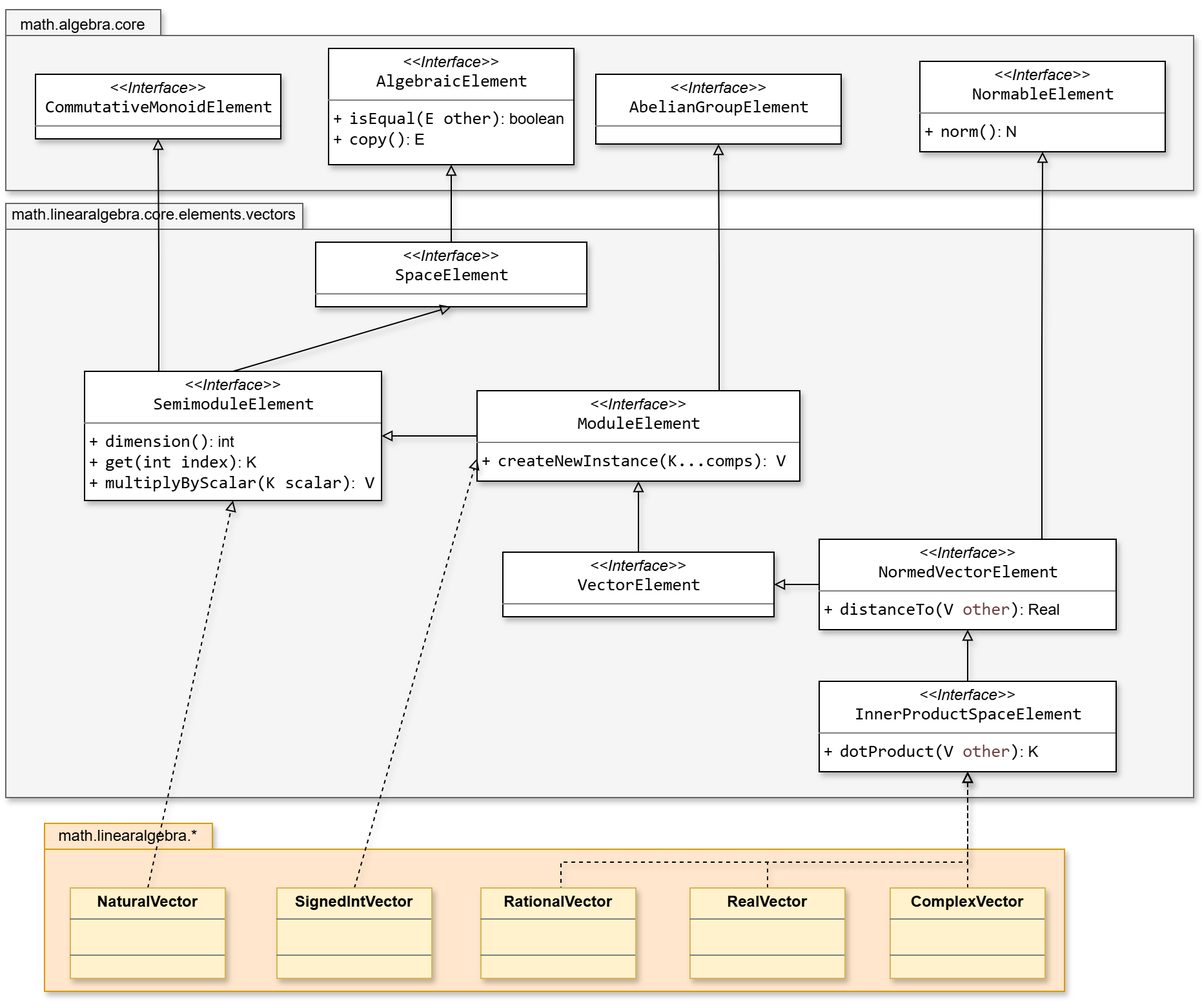
Before: resources/SMFN-linearalgebra-vector-elements.drawio.png, a diagram exported from draw.io (gom9000/SMFN). Source tidied: cells renumbered, new cells last; positions are measured from the earlier drawing's top-left corner, leaving out a move shared by most shapes.
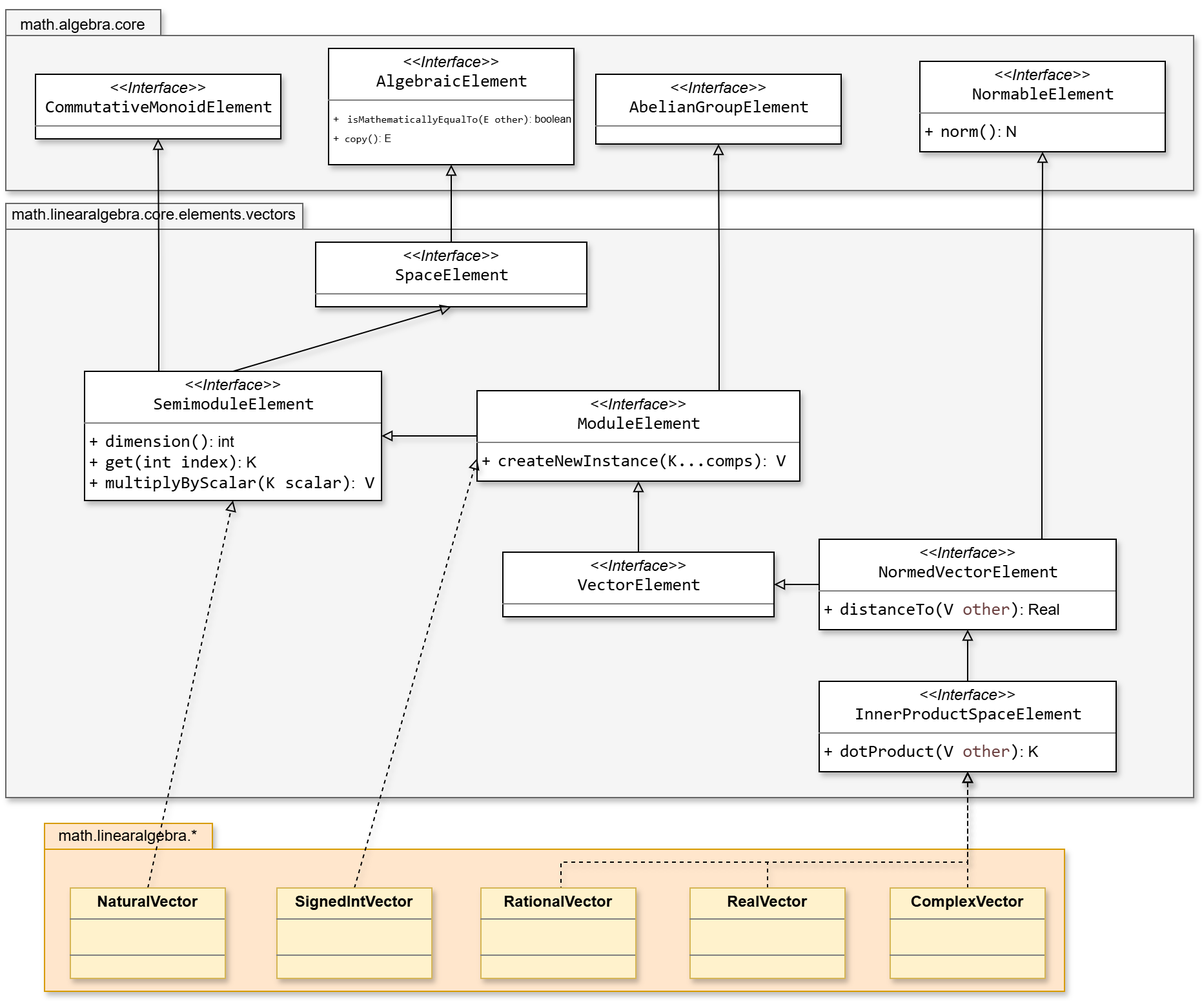
Later version of the same file.

Diff of the diagram source:
```diff
@@ -17,7 +17,7 @@
     <mxCell id="6" value="&lt;p style=&quot;margin:0px;margin-top:4px;text-align:center;&quot;&gt;&lt;i&gt;&amp;lt;&amp;lt;Interface&amp;gt;&amp;gt;&lt;/i&gt;&lt;br&gt;&lt;span style=&quot;padding: 0px 0px 0px 2px;&quot;&gt;&lt;span style=&quot;font-family: Consolas; font-size: 10pt; white-space: pre;&quot;&gt;&lt;span style=&quot;&quot;&gt;SpaceElement&lt;/span&gt;&lt;/span&gt;&lt;/span&gt;&lt;/p&gt;&lt;hr size=&quot;1&quot; style=&quot;border-style:solid;&quot;&gt;&lt;p style=&quot;margin:0px;margin-left:4px;&quot;&gt;&lt;/p&gt;&lt;p style=&quot;margin:0px;margin-left:4px;&quot;&gt;&lt;br&gt;&lt;/p&gt;" style="verticalAlign=top;align=left;overflow=fill;html=1;whiteSpace=wrap;labelBackgroundColor=none;shadow=1;" parent="1" vertex="1">
       <mxGeometry x="240" y="183" width="210" height="50" as="geometry" />
     </mxCell>
-    <mxCell id="7" value="&lt;p style=&quot;margin:0px;margin-top:4px;text-align:center;&quot;&gt;&lt;i&gt;&amp;lt;&amp;lt;Interface&amp;gt;&amp;gt;&lt;/i&gt;&lt;br&gt;&lt;span style=&quot;padding: 0px 0px 0px 2px;&quot;&gt;&lt;span style=&quot;font-family: Consolas; font-size: 10pt; white-space: pre;&quot;&gt;&lt;span style=&quot;&quot;&gt;AlgebraicElement&lt;/span&gt;&lt;/span&gt;&lt;/span&gt;&lt;/p&gt;&lt;hr size=&quot;1&quot; style=&quot;border-style:solid;&quot;&gt;&lt;p style=&quot;margin:0px;margin-left:4px;&quot;&gt;&lt;/p&gt;&lt;p style=&quot;margin:0px;margin-left:4px;&quot;&gt;+&amp;nbsp;&lt;span style=&quot;padding: 0px 0px 0px 2px;&quot;&gt;&lt;span style=&quot;font-family: Consolas; font-size: 10pt; white-space: pre;&quot;&gt;&lt;span style=&quot;&quot;&gt;isEqual&lt;/span&gt;(E &lt;span style=&quot;text-decoration-color: rgb(0, 102, 204);&quot;&gt;&lt;font style=&quot;color: rgb(0, 0, 0);&quot;&gt;other&lt;/font&gt;&lt;/span&gt;)&lt;/span&gt;&lt;/span&gt;: boolean&lt;br&gt;+&amp;nbsp;&lt;span style=&quot;padding: 0px 0px 0px 2px;&quot;&gt;&lt;span style=&quot;font-family: Consolas; font-size: 10pt; white-space: pre;&quot;&gt;copy()&lt;/span&gt;&lt;/span&gt;: E&lt;/p&gt;" style="verticalAlign=top;align=left;overflow=fill;html=1;whiteSpace=wrap;labelBackgroundColor=none;shadow=1;" parent="1" vertex="1">
+    <mxCell id="7" value="&lt;p style=&quot;margin:0px;margin-top:4px;text-align:center;&quot;&gt;&lt;i&gt;&amp;lt;&amp;lt;Interface&amp;gt;&amp;gt;&lt;/i&gt;&lt;br&gt;&lt;span style=&quot;padding: 0px 0px 0px 2px;&quot;&gt;&lt;span style=&quot;font-family: Consolas; font-size: 10pt; white-space: pre;&quot;&gt;&lt;span style=&quot;&quot;&gt;AlgebraicElement&lt;/span&gt;&lt;/span&gt;&lt;/span&gt;&lt;/p&gt;&lt;hr size=&quot;1&quot; style=&quot;border-style:solid;&quot;&gt;&lt;p style=&quot;margin:0px;margin-left:4px;&quot;&gt;&lt;/p&gt;&lt;p style=&quot;margin:0px;margin-left:4px;&quot;&gt;&lt;font style=&quot;font-size: 8px;&quot;&gt;+&amp;nbsp;&lt;span style=&quot;padding: 0px 0px 0px 2px;&quot;&gt;&lt;span style=&quot;background-color:#ffffff;padding:0px 0px 0px 2px;&quot;&gt;&lt;span style=&quot;font-family: Consolas; white-space-collapse: preserve;&quot;&gt;isMathematicallyEqualTo&lt;/span&gt;&lt;/span&gt;&lt;span style=&quot;font-family: Consolas; white-space: pre;&quot;&gt;(E &lt;span style=&quot;text-decoration-color: rgb(0, 102, 204);&quot;&gt;&lt;font style=&quot;color: rgb(0, 0, 0);&quot;&gt;other&lt;/font&gt;&lt;/span&gt;)&lt;/span&gt;&lt;/span&gt;: boolean&lt;br&gt;+&amp;nbsp;&lt;span style=&quot;padding: 0px 0px 0px 2px;&quot;&gt;&lt;span style=&quot;font-family: Consolas; white-space: pre;&quot;&gt;copy()&lt;/span&gt;&lt;/span&gt;: E&lt;/font&gt;&lt;/p&gt;" style="verticalAlign=top;align=left;overflow=fill;html=1;whiteSpace=wrap;labelBackgroundColor=none;shadow=1;" parent="1" vertex="1">
       <mxGeometry x="250" y="33" width="190" height="90" as="geometry" />
     </mxCell>
     <mxCell id="8" style="rounded=0;jettySize=auto;html=1;exitX=0.5;exitY=0;exitDx=0;exitDy=0;entryX=0.5;entryY=1;entryDx=0;entryDy=0;strokeColor=default;align=center;verticalAlign=middle;fontFamily=Helvetica;fontSize=11;fontColor=default;labelBackgroundColor=default;endArrow=block;endFill=0;shadow=1;" parent="1" edge="1" source="10" target="6">
```
